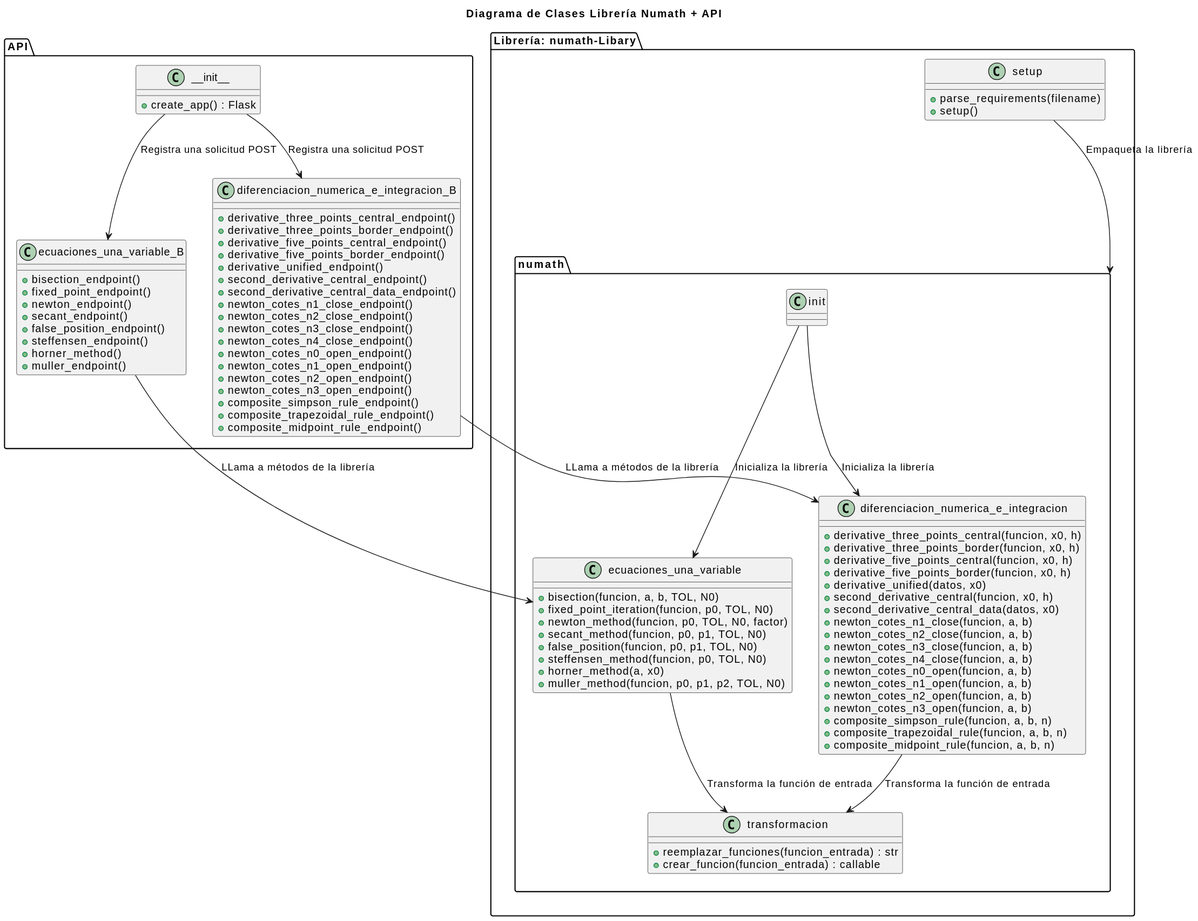
The PlantUML diagram imágenes/modelosUML/diagramaClases.svg in rodri5villa/numath-API, before a commit.
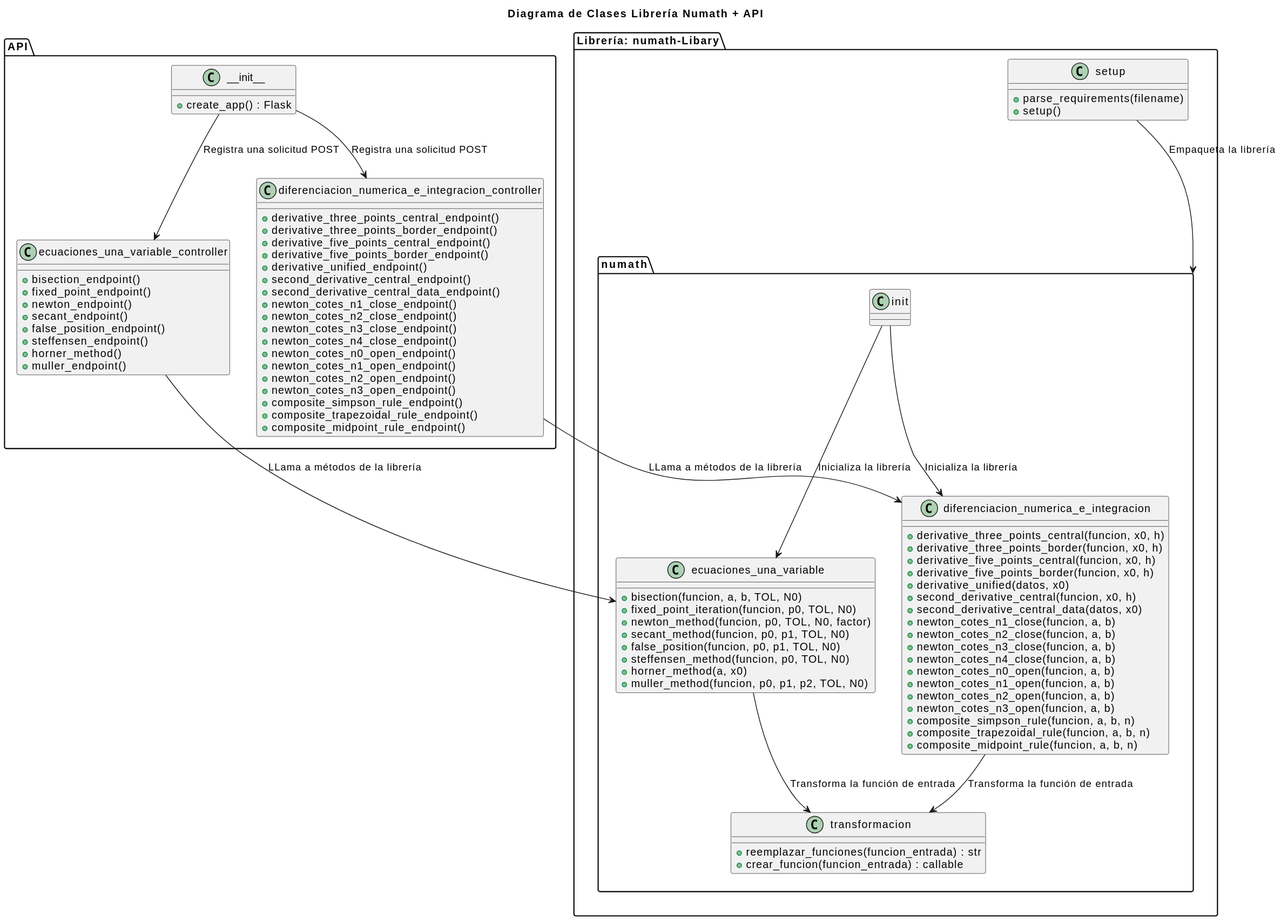
The same diagram one commit later.

Commit message:
Changed controller names

What changed in the source:
```diff
@@ -7,7 +7,7 @@
     +create_app() : Flask
   }
 
-  class ecuaciones_una_variable_B {
+  class ecuaciones_una_variable_controller {
     +bisection_endpoint()
     +fixed_point_endpoint()
     +newton_endpoint()
@@ -18,7 +18,7 @@
     +muller_endpoint()
   }
 
-  class diferenciacion_numerica_e_integracion_B{
+  class diferenciacion_numerica_e_integracion_controller{
     + derivative_three_points_central_endpoint()
     + derivative_three_points_border_endpoint()
     + derivative_five_points_central_endpoint()
@@ -100,9 +100,9 @@
 
 setup --> "numath" : "Empaqueta la librería"
 
-__init__ --> ecuaciones_una_variable_B : "Registra una solicitud POST"
-__init__ --> diferenciacion_numerica_e_integracion_B: "Registra una solicitud POST"
+__init__ --> ecuaciones_una_variable_controller : "Registra una solicitud POST"
+__init__ --> diferenciacion_numerica_e_integracion_controller: "Registra una solicitud POST"
 
-ecuaciones_una_variable_B --> ecuaciones_una_variable : "LLama a métodos de la librería"
-diferenciacion_numerica_e_integracion_B--> diferenciacion_numerica_e_integracion: "LLama a métodos de la librería"
+ecuaciones_una_variable_controller --> ecuaciones_una_variable : "LLama a métodos de la librería"
+diferenciacion_numerica_e_integracion_controller--> diferenciacion_numerica_e_integracion: "LLama a métodos de la librería"
 @enduml
```
